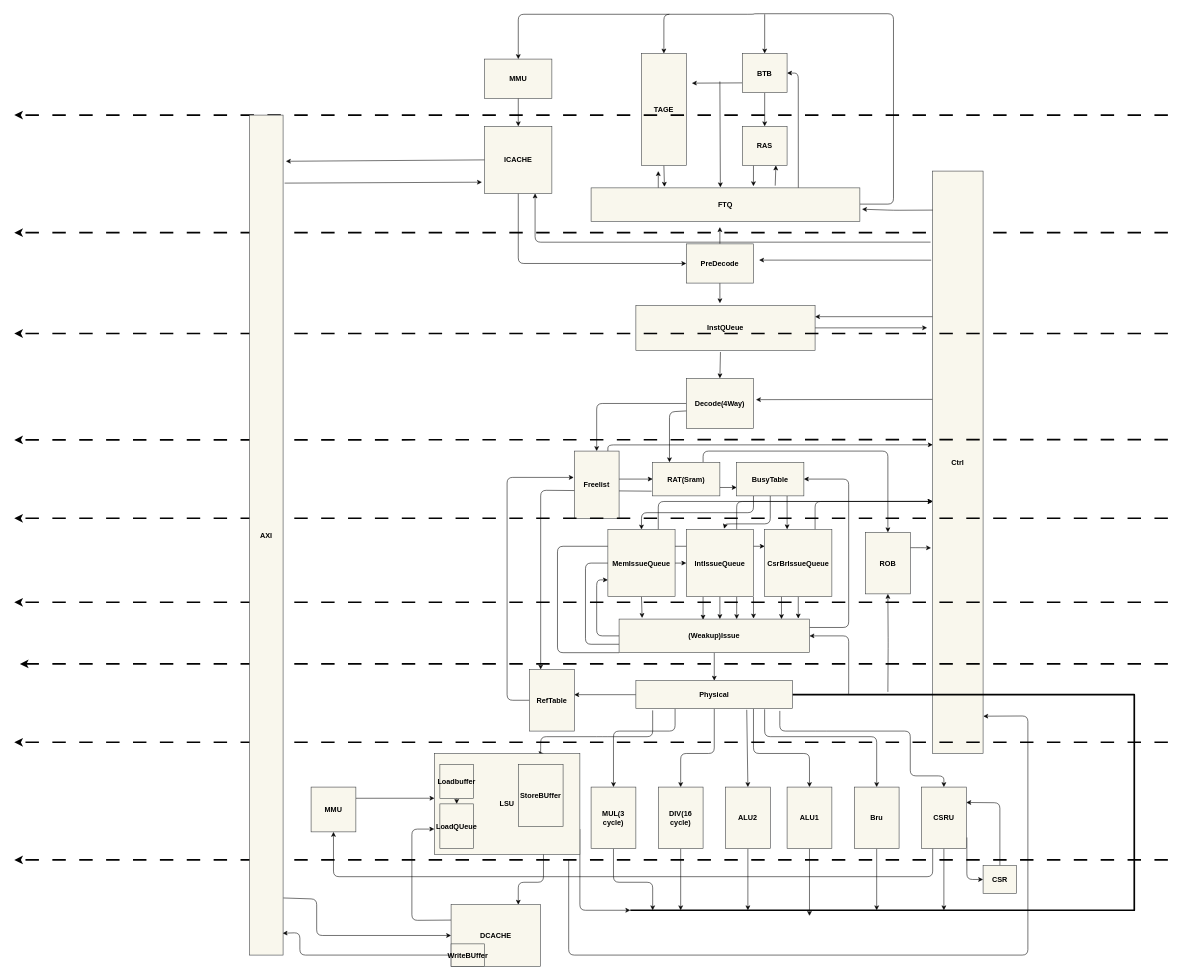
Before: doc/picture/Arch.dio in xunqianxun/LongArch-liguoqi-CPU, a draw.io diagram. Source tidied: cells renumbered, new cells numbered last; positions are measured from the earlier drawing's top-left corner, leaving out a move shared by most shapes. Both pictures are drawn from the tidied source at 56%, with x=0, y=0 at pixel (14, 13).
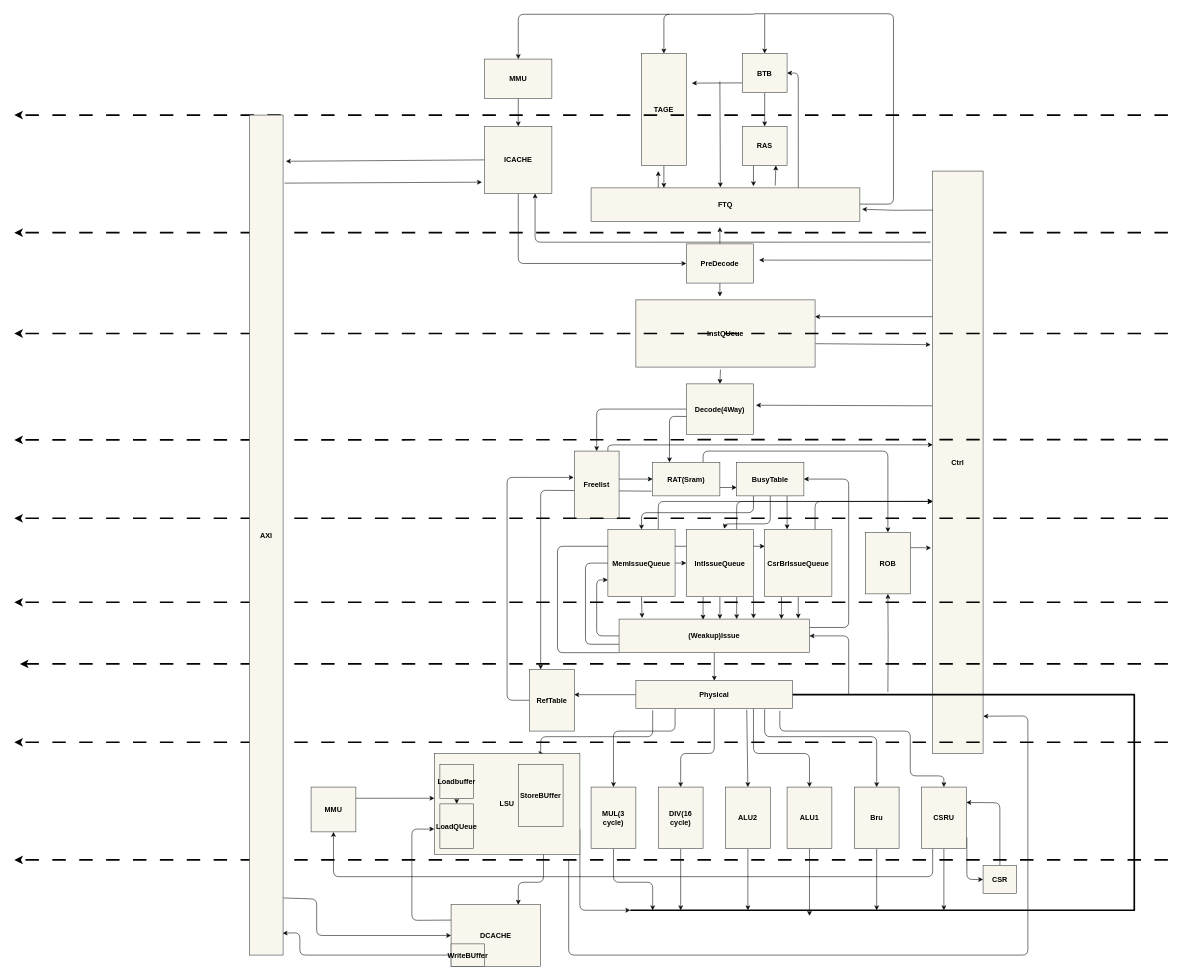
After the change.

Unchanged cells that the change refers to:
```xml
<mxCell id="14" value="&lt;b&gt;&lt;font color=&quot;#000000&quot; style=&quot;font-size: 13px;&quot;&gt;FTQ&lt;/font&gt;&lt;/b&gt;" style="whiteSpace=wrap;html=1;fillColor=#f9f7ed;strokeColor=#36393d;" parent="1" vertex="1">
  <mxGeometry x="1030" y="311" width="480" height="60" as="geometry" />
</mxCell>
<mxCell id="16" value="&lt;b&gt;&lt;font color=&quot;#000000&quot; style=&quot;font-size: 13px;&quot;&gt;TAGE&lt;/font&gt;&lt;/b&gt;" style="whiteSpace=wrap;html=1;fillColor=#f9f7ed;strokeColor=#36393d;" parent="1" vertex="1">
  <mxGeometry x="1120" y="71" width="80" height="200" as="geometry" />
</mxCell>
<mxCell id="36" value="&lt;b&gt;&lt;font color=&quot;#000000&quot; style=&quot;font-size: 13px;&quot;&gt;Ctrl&lt;/font&gt;&lt;/b&gt;" style="whiteSpace=wrap;html=1;fillColor=#f9f7ed;strokeColor=#36393d;" parent="1" vertex="1">
  <mxGeometry x="1640" y="281" width="90" height="1040" as="geometry" />
</mxCell>
<mxCell id="51" value="&lt;b&gt;&lt;font color=&quot;#000000&quot; style=&quot;font-size: 13px;&quot;&gt;RAT(Sram)&lt;/font&gt;&lt;/b&gt;" style="whiteSpace=wrap;html=1;fillColor=#f9f7ed;strokeColor=#36393d;" parent="1" vertex="1">
  <mxGeometry x="1140" y="801" width="120" height="60" as="geometry" />
</mxCell>
<mxCell id="54" value="&lt;b&gt;&lt;font color=&quot;#000000&quot; style=&quot;font-size: 13px;&quot;&gt;Freelist&lt;/font&gt;&lt;/b&gt;" style="whiteSpace=wrap;html=1;fillColor=#f9f7ed;strokeColor=#36393d;" parent="1" vertex="1">
  <mxGeometry x="1000" y="781" width="80" height="120" as="geometry" />
</mxCell>
```

Change to the diagram source:
```diff
@@
-    <mxCell id="3" style="edgeStyle=none;html=1;exitX=1;exitY=0.5;exitDx=0;exitDy=0;strokeColor=#080808;strokeWidth=1;fontSize=14;fontColor=#f8f7f7;" parent="1" edge="1" source="4">
-      <mxGeometry relative="1" as="geometry">
-        <mxPoint x="1630" y="560.9" as="targetPoint" />
-      </mxGeometry>
+    <mxCell id="3" style="edgeStyle=none;html=1;exitX=1.002;exitY=0.652;exitDx=0;exitDy=0;strokeColor=#080808;strokeWidth=1;fontSize=14;fontColor=#f8f7f7;entryX=-0.041;entryY=0.298;entryDx=0;entryDy=0;entryPerimeter=0;exitPerimeter=0;" parent="1" edge="1" source="4" target="36">
+      <mxGeometry relative="1" as="geometry" />
     </mxCell>
     <mxCell id="4" value="&lt;b&gt;&lt;font color=&quot;#000000&quot; style=&quot;font-size: 13px;&quot;&gt;InstQUeue&lt;/font&gt;&lt;/b&gt;" style="whiteSpace=wrap;html=1;fillColor=#f9f7ed;strokeColor=#36393d;" parent="1" vertex="1">
-      <mxGeometry x="1110" y="521" width="320" height="80" as="geometry" />
+      <mxGeometry x="1110" y="511" width="320" height="120" as="geometry" />
     </mxCell>
@@
-    <mxCell id="15" style="edgeStyle=none;html=1;exitX=0.5;exitY=1;exitDx=0;exitDy=0;entryX=0.273;entryY=-0.033;entryDx=0;entryDy=0;entryPerimeter=0;strokeColor=#030303;strokeWidth=1;fontSize=13;fontColor=#000000;" parent="1" edge="1" source="16" target="14">
-      <mxGeometry relative="1" as="geometry" />
+    <mxCell id="15" style="edgeStyle=none;html=1;exitX=0.5;exitY=1;exitDx=0;exitDy=0;strokeColor=#030303;strokeWidth=1;fontSize=13;fontColor=#000000;" parent="1" edge="1" source="16">
+      <mxGeometry relative="1" as="geometry">
+        <mxPoint x="1160" y="311" as="targetPoint" />
+      </mxGeometry>
     </mxCell>
@@
     <mxCell id="27" style="edgeStyle=none;html=1;exitX=0.009;exitY=0.647;exitDx=0;exitDy=0;strokeColor=#030303;strokeWidth=1;fontSize=13;fontColor=#000000;exitPerimeter=0;entryX=0.25;entryY=0;entryDx=0;entryDy=0;" parent="1" edge="1" source="30" target="51">
       <mxGeometry relative="1" as="geometry">
         <Array as="points">
-          <mxPoint x="1170" y="711" />
+          <mxPoint x="1170" y="719" />
         </Array>
       </mxGeometry>
     </mxCell>
-    <mxCell id="28" style="edgeStyle=none;html=1;exitX=-0.003;exitY=0.392;exitDx=0;exitDy=0;strokeColor=#080808;strokeWidth=1;fontSize=14;fontColor=#f8f7f7;exitPerimeter=0;entryX=1.037;entryY=0.424;entryDx=0;entryDy=0;entryPerimeter=0;" parent="1" edge="1" source="36" target="30">
+    <mxCell id="28" style="edgeStyle=none;html=1;exitX=-0.01;exitY=0.403;exitDx=0;exitDy=0;strokeColor=#080808;strokeWidth=1;fontSize=14;fontColor=#f8f7f7;exitPerimeter=0;entryX=1.037;entryY=0.424;entryDx=0;entryDy=0;entryPerimeter=0;" parent="1" edge="1" source="36" target="30">
       <mxGeometry relative="1" as="geometry" />
     </mxCell>
     <mxCell id="29" style="edgeStyle=none;html=1;exitX=0;exitY=0.5;exitDx=0;exitDy=0;entryX=0.5;entryY=0;entryDx=0;entryDy=0;strokeColor=#080808;" parent="1" edge="1" source="30" target="54">
       <mxGeometry relative="1" as="geometry">
         <Array as="points">
-          <mxPoint x="1040" y="696" />
+          <mxPoint x="1040" y="706" />
         </Array>
       </mxGeometry>
     </mxCell>
     <mxCell id="30" value="&lt;b&gt;&lt;font color=&quot;#000000&quot; style=&quot;font-size: 13px;&quot;&gt;Decode(4Way)&lt;/font&gt;&lt;/b&gt;" style="whiteSpace=wrap;html=1;fillColor=#f9f7ed;strokeColor=#36393d;" parent="1" vertex="1">
-      <mxGeometry x="1200" y="651" width="120" height="90" as="geometry" />
+      <mxGeometry x="1200" y="661" width="120" height="90" as="geometry" />
     </mxCell>
```
